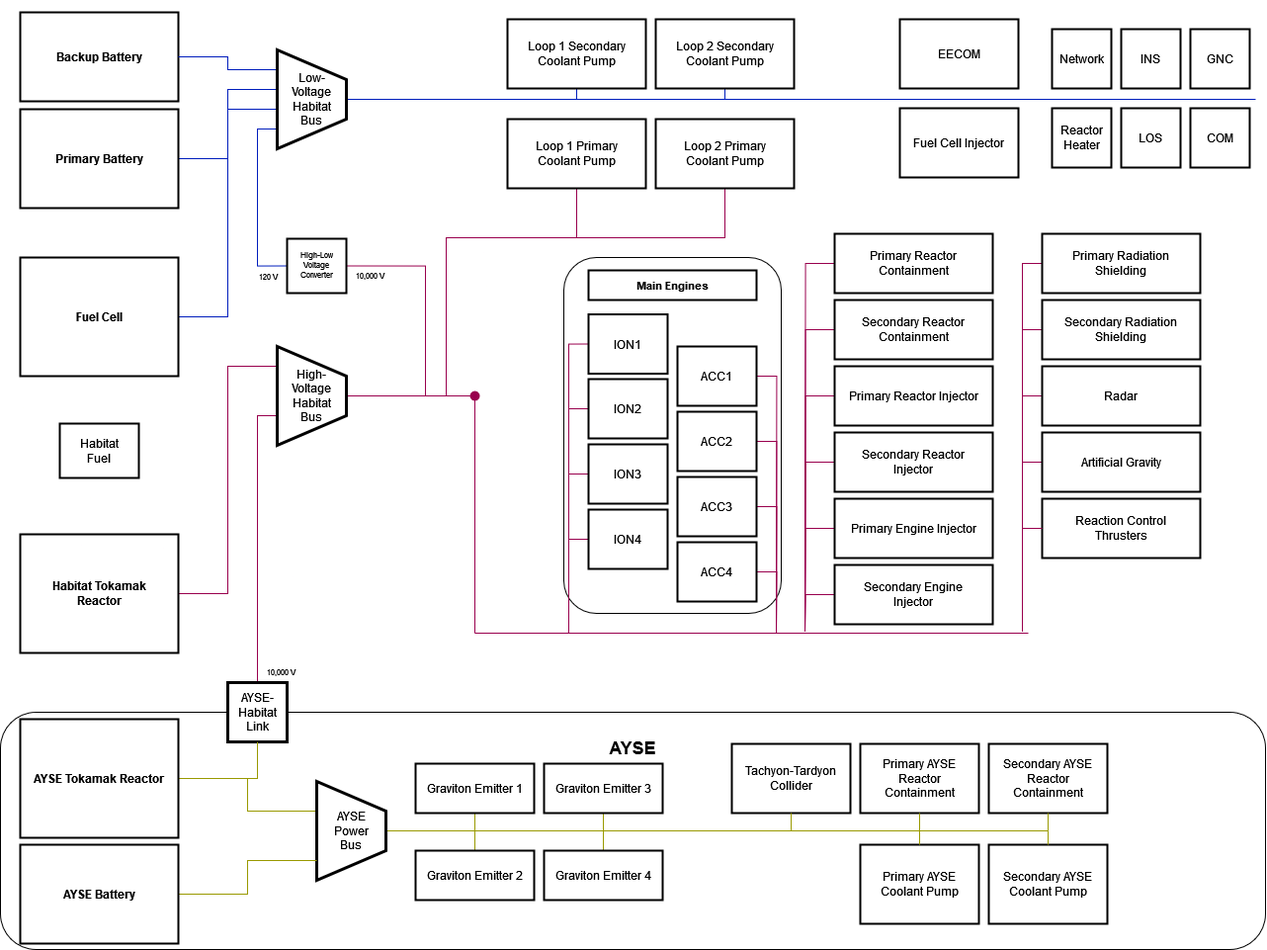
Earlier version of the draw.io export data/engineering/orbitx-powergrid.drawio.png (OCESS/orbitx). Source tidied: cells renumbered, new cells last; positions are measured from the earlier drawing's top-left corner, leaving out a move shared by most shapes.
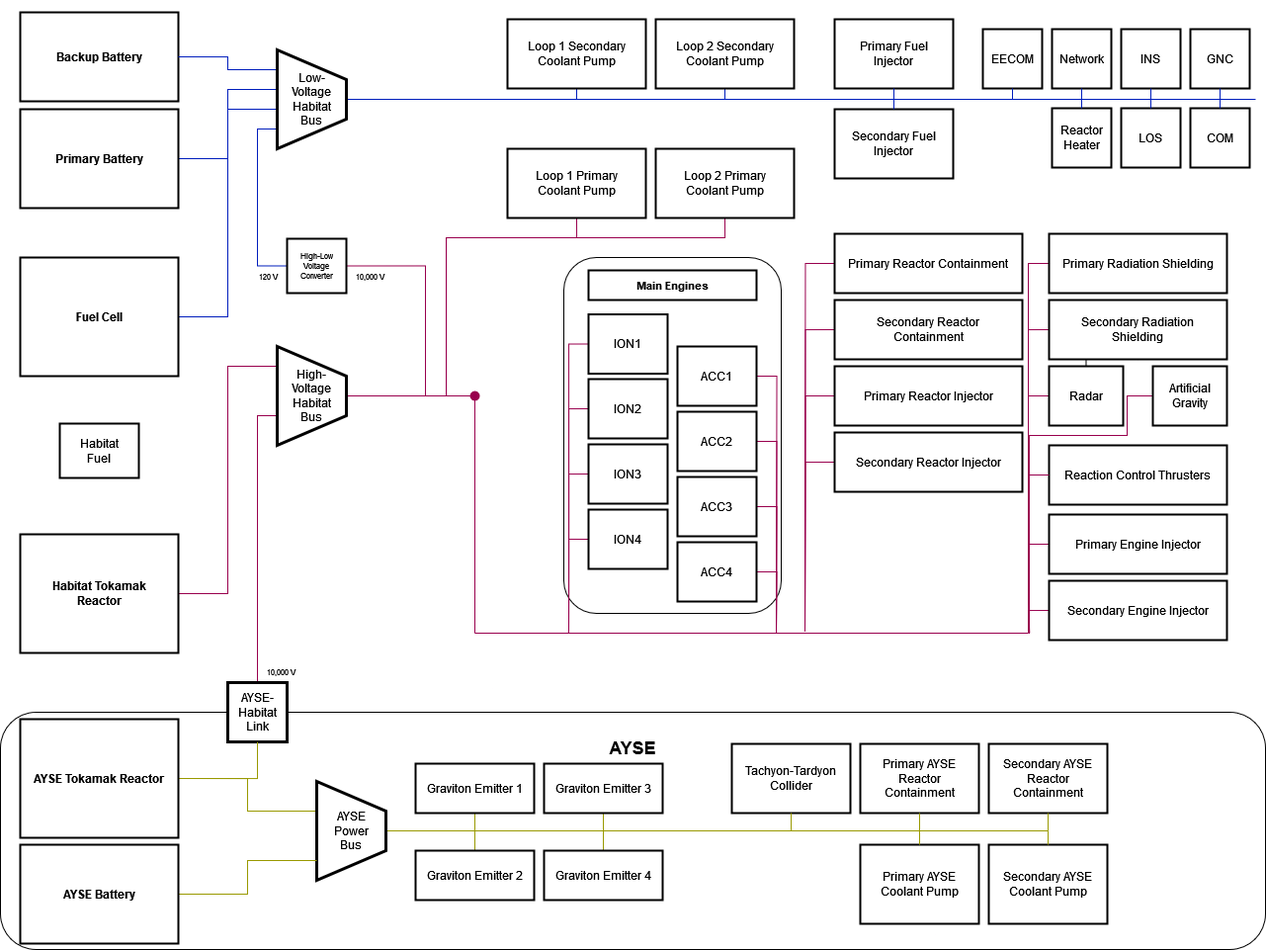
After the change.

Commit message:
Png export, tweaked sizes and re-connected components

Diff of the diagram source:
```diff
@@ -60,7 +60,16 @@
       <mxGeometry relative="1" as="geometry">
-        <mxPoint x="1034" y="628" as="targetPoint" />
+        <mxPoint x="1040" y="640" as="targetPoint" />
+        <Array as="points">
+          <mxPoint x="1040" y="400" />
+          <mxPoint x="1040" y="535" />
+          <mxPoint x="1041" y="535" />
+          <mxPoint x="1041" y="640" />
+        </Array>
       </mxGeometry>
     </mxCell>
+    <mxCell id="106" style="edgeStyle=orthogonalEdgeStyle;rounded=0;jettySize=auto;html=1;" parent="1" edge="1" source="16" target="22">
+      <mxGeometry relative="1" as="geometry" />
+    </mxCell>
     <mxCell id="16" value="Radar" style="rounded=0;whiteSpace=wrap;html=1;shadow=0;dashed=0;strokeColor=default;strokeWidth=2;fontFamily=Helvetica;fontSize=12;fontColor=default;fillColor=default;spacing=6;spacingLeft=4;spacingRight=4;" parent="1" vertex="1">
-      <mxGeometry x="1054" y="370" width="160" height="60" as="geometry" />
+      <mxGeometry x="1061" y="370" width="75" height="60" as="geometry" />
     </mxCell>
@@ -68,3 +77,9 @@
       <mxGeometry relative="1" as="geometry">
-        <mxPoint x="1034" y="638" as="targetPoint" />
+        <mxPoint x="1040" y="640" as="targetPoint" />
+        <Array as="points">
+          <mxPoint x="1140" y="400" />
+          <mxPoint x="1140" y="440" />
+          <mxPoint x="1041" y="440" />
+          <mxPoint x="1041" y="640" />
+        </Array>
       </mxGeometry>
@@ -72,3 +87,3 @@
     <mxCell id="18" value="&lt;div&gt;Artificial Gravity&lt;/div&gt;" style="rounded=0;whiteSpace=wrap;html=1;shadow=0;dashed=0;strokeColor=default;strokeWidth=2;fontFamily=Helvetica;fontSize=12;fontColor=default;fillColor=default;spacing=6;spacingLeft=4;spacingRight=4;" parent="1" vertex="1">
-      <mxGeometry x="1054" y="437" width="160" height="60" as="geometry" />
+      <mxGeometry x="1166" y="370" width="75" height="60" as="geometry" />
     </mxCell>
@@ -84,3 +99,9 @@
       <mxGeometry relative="1" as="geometry">
-        <mxPoint x="1034" y="638" as="targetPoint" />
+        <mxPoint x="1040" y="640" as="targetPoint" />
+        <Array as="points">
+          <mxPoint x="1040" y="333" />
+          <mxPoint x="1040" y="502" />
+          <mxPoint x="1041" y="502" />
+          <mxPoint x="1041" y="640" />
+        </Array>
       </mxGeometry>
@@ -88,3 +109,3 @@
     <mxCell id="22" value="Secondary Radiation Shielding" style="rounded=0;whiteSpace=wrap;html=1;shadow=0;dashed=0;strokeColor=default;strokeWidth=2;fontFamily=Helvetica;fontSize=12;fontColor=default;fillColor=default;spacing=6;spacingLeft=4;spacingRight=4;" parent="1" vertex="1">
-      <mxGeometry x="1054" y="303" width="160" height="60" as="geometry" />
+      <mxGeometry x="1061" y="303" width="180" height="60" as="geometry" />
     </mxCell>
@@ -92,3 +113,9 @@
       <mxGeometry relative="1" as="geometry">
-        <mxPoint x="1034" y="638" as="targetPoint" />
+        <mxPoint x="1040" y="640" as="targetPoint" />
+        <Array as="points">
+          <mxPoint x="1040" y="266" />
+          <mxPoint x="1040" y="468" />
+          <mxPoint x="1041" y="468" />
+          <mxPoint x="1041" y="640" />
+        </Array>
       </mxGeometry>
@@ -96,3 +123,3 @@
     <mxCell id="24" value="Primary Radiation Shielding" style="rounded=0;whiteSpace=wrap;html=1;shadow=0;dashed=0;strokeColor=default;strokeWidth=2;fontFamily=Helvetica;fontSize=12;fontColor=default;fillColor=default;spacing=6;spacingLeft=4;spacingRight=4;" parent="1" vertex="1">
-      <mxGeometry x="1054" y="236" width="160" height="60" as="geometry" />
+      <mxGeometry x="1061" y="236" width="180" height="60" as="geometry" />
     </mxCell>
@@ -104,3 +131,3 @@
     <mxCell id="26" value="&lt;div&gt;Primary Reactor Containment&lt;/div&gt;" style="rounded=0;html=1;shadow=0;dashed=0;strokeColor=default;strokeWidth=2;fontFamily=Helvetica;fontSize=12;fontColor=default;fillColor=default;whiteSpace=wrap;spacing=6;spacingLeft=4;spacingRight=4;" parent="1" vertex="1">
-      <mxGeometry x="844" y="236" width="160" height="60" as="geometry" />
+      <mxGeometry x="844" y="236" width="190" height="60" as="geometry" />
     </mxCell>
@@ -112,3 +139,3 @@
     <mxCell id="28" value="Secondary Reactor Containment" style="rounded=0;whiteSpace=wrap;html=1;shadow=0;dashed=0;strokeColor=default;strokeWidth=2;fontFamily=Helvetica;fontSize=12;fontColor=default;fillColor=default;spacing=6;spacingLeft=4;spacingRight=4;" parent="1" vertex="1">
-      <mxGeometry x="844" y="303" width="160" height="60" as="geometry" />
+      <mxGeometry x="844" y="303" width="190" height="60" as="geometry" />
     </mxCell>
@@ -120,3 +147,3 @@
     <mxCell id="30" value="Primary Reactor Injector" style="rounded=0;whiteSpace=wrap;html=1;shadow=0;dashed=0;strokeColor=default;strokeWidth=2;fontFamily=Helvetica;fontSize=12;fontColor=default;fillColor=default;spacing=6;spacingLeft=4;spacingRight=4;" parent="1" vertex="1">
-      <mxGeometry x="844" y="370" width="160" height="60" as="geometry" />
+      <mxGeometry x="844" y="370" width="190" height="60" as="geometry" />
     </mxCell>
@@ -128,3 +155,3 @@
     <mxCell id="32" value="Secondary Reactor Injector" style="rounded=0;whiteSpace=wrap;html=1;shadow=0;dashed=0;strokeColor=default;strokeWidth=2;fontFamily=Helvetica;fontSize=12;fontColor=default;fillColor=default;spacing=6;spacingLeft=4;spacingRight=4;" parent="1" vertex="1">
-      <mxGeometry x="844" y="437" width="160" height="60" as="geometry" />
+      <mxGeometry x="844" y="437" width="190" height="60" as="geometry" />
     </mxCell>
@@ -194,4 +221,4 @@
     </mxCell>
-    <mxCell id="49" value="Fuel Cell Injector" style="rounded=0;whiteSpace=wrap;html=1;shadow=0;dashed=0;strokeColor=default;strokeWidth=2;fontFamily=Helvetica;fontSize=12;fontColor=default;fillColor=default;spacing=6;spacingLeft=4;spacingRight=4;" parent="1" vertex="1">
-      <mxGeometry x="910" y="109" width="120" height="70" as="geometry" />
+    <mxCell id="49" value="Primary Fuel Injector" style="rounded=0;whiteSpace=wrap;html=1;shadow=0;dashed=0;strokeColor=default;strokeWidth=2;fontFamily=Helvetica;fontSize=12;fontColor=default;fillColor=default;spacing=6;spacingLeft=4;spacingRight=4;" parent="1" vertex="1">
+      <mxGeometry x="844" y="19" width="120" height="70" as="geometry" />
     </mxCell>
@@ -205,3 +232,9 @@
       <mxGeometry relative="1" as="geometry">
-        <mxPoint x="814" y="638" as="targetPoint" />
+        <mxPoint x="1040" y="640" as="targetPoint" />
+        <Array as="points">
+          <mxPoint x="1040" y="550" />
+          <mxPoint x="1040" y="610" />
+          <mxPoint x="1041" y="610" />
+          <mxPoint x="1041" y="640" />
+        </Array>
       </mxGeometry>
@@ -209,3 +242,3 @@
     <mxCell id="52" value="Primary Engine Injector" style="rounded=0;whiteSpace=wrap;html=1;shadow=0;dashed=0;strokeColor=default;strokeWidth=2;fontFamily=Helvetica;fontSize=12;fontColor=default;fillColor=default;spacing=6;spacingLeft=4;spacingRight=4;" parent="1" vertex="1">
-      <mxGeometry x="844" y="504" width="160" height="60" as="geometry" />
+      <mxGeometry x="1061" y="520" width="180" height="60" as="geometry" />
     </mxCell>
@@ -213,3 +246,3 @@
       <mxGeometry relative="1" as="geometry">
-        <mxPoint x="814" y="638" as="targetPoint" />
+        <mxPoint x="1040" y="640" as="targetPoint" />
       </mxGeometry>
@@ -217,3 +250,3 @@
     <mxCell id="54" value="Secondary Engine Injector" style="rounded=0;whiteSpace=wrap;html=1;shadow=0;dashed=0;strokeColor=default;strokeWidth=2;fontFamily=Helvetica;fontSize=12;fontColor=default;fillColor=default;spacing=6;spacingLeft=4;spacingRight=4;" parent="1" vertex="1">
-      <mxGeometry x="844" y="571" width="160" height="60" as="geometry" />
+      <mxGeometry x="1061" y="587" width="180" height="60" as="geometry" />
     </mxCell>
@@ -246,3 +279,3 @@
     <mxCell id="59" value="Loop 2 Primary Coolant Pump" style="rounded=0;html=1;shadow=0;dashed=0;strokeColor=default;strokeWidth=2;fontFamily=Helvetica;fontSize=12;fontColor=default;fillColor=default;whiteSpace=wrap;spacing=6;spacingLeft=4;spacingRight=4;" parent="1" vertex="1">
-      <mxGeometry x="663" y="120" width="140" height="70" as="geometry" />
+      <mxGeometry x="663" y="150" width="140" height="70" as="geometry" />
     </mxCell>
@@ -280,3 +313,3 @@
     <mxCell id="69" value="EECOM" style="rounded=0;whiteSpace=wrap;html=1;shadow=0;dashed=0;strokeColor=default;strokeWidth=2;fontFamily=Helvetica;fontSize=12;fontColor=default;fillColor=default;spacing=6;spacingLeft=4;spacingRight=4;" parent="1" vertex="1">
-      <mxGeometry x="910" y="19" width="120" height="70" as="geometry" />
+      <mxGeometry x="994" y="29" width="60" height="60" as="geometry" />
     </mxCell>
@@ -350,3 +383,3 @@
     <mxCell id="89" value="Reaction Control Thrusters" style="rounded=0;whiteSpace=wrap;html=1;shadow=0;dashed=0;strokeColor=default;strokeWidth=2;fontFamily=Helvetica;fontSize=12;fontColor=default;fillColor=default;spacing=6;spacingLeft=4;spacingRight=4;" parent="1" vertex="1">
-      <mxGeometry x="1054" y="504" width="160" height="60" as="geometry" />
+      <mxGeometry x="1061" y="450" width="180" height="60" as="geometry" />
     </mxCell>
@@ -354,3 +387,9 @@
       <mxGeometry relative="1" as="geometry">
-        <mxPoint x="1034" y="638" as="targetPoint" />
+        <mxPoint x="1040" y="640" as="targetPoint" />
+        <Array as="points">
+          <mxPoint x="1040" y="480" />
+          <mxPoint x="1040" y="575" />
+          <mxPoint x="1041" y="575" />
+          <mxPoint x="1041" y="640" />
+        </Array>
       </mxGeometry>
@@ -379,3 +418,3 @@
     <mxCell id="98" value="Loop 1 Primary Coolant Pump" style="rounded=0;html=1;shadow=0;dashed=0;strokeColor=default;strokeWidth=2;fontFamily=Helvetica;fontSize=12;fontColor=default;fillColor=default;whiteSpace=wrap;spacing=6;spacingLeft=4;spacingRight=4;" parent="1" vertex="1">
-      <mxGeometry x="513" y="120" width="140" height="70" as="geometry" />
+      <mxGeometry x="513" y="150" width="140" height="70" as="geometry" />
     </mxCell>
@@ -417,2 +456,50 @@
     </mxCell>
+    <mxCell id="107" value="Secondary Fuel Injector" style="rounded=0;whiteSpace=wrap;html=1;shadow=0;dashed=0;strokeColor=default;strokeWidth=2;fontFamily=Helvetica;fontSize=12;fontColor=default;fillColor=default;spacing=6;spacingLeft=4;spacingRight=4;" parent="1" vertex="1">
+      <mxGeometry x="844" y="110" width="120" height="70" as="geometry" />
+    </mxCell>
+    <mxCell id="108" style="edgeStyle=orthogonalEdgeStyle;shape=connector;rounded=0;jettySize=auto;html=1;exitX=0.5;exitY=1;exitDx=0;exitDy=0;labelBackgroundColor=default;strokeColor=#001DBC;fontFamily=Helvetica;fontSize=11;fontColor=default;endArrow=none;endFill=0;spacing=6;spacingLeft=4;spacingRight=4;" parent="1" edge="1" source="49">
+      <mxGeometry relative="1" as="geometry">
+        <mxPoint x="904" y="100" as="targetPoint" />
+      </mxGeometry>
+    </mxCell>
+    <mxCell id="109" style="edgeStyle=orthogonalEdgeStyle;shape=connector;rounded=0;jettySize=auto;html=1;exitX=0.5;exitY=0;exitDx=0;exitDy=0;labelBackgroundColor=default;strokeColor=#001DBC;fontFamily=Helvetica;fontSize=11;fontColor=default;endArrow=none;endFill=0;spacing=6;spacingLeft=4;spacingRight=4;" parent="1" edge="1" source="107">
+      <mxGeometry relative="1" as="geometry">
+        <mxPoint x="904" y="100" as="targetPoint" />
+      </mxGeometry>
+    </mxCell>
+    <mxCell id="110" style="edgeStyle=orthogonalEdgeStyle;shape=connector;rounded=0;jettySize=auto;html=1;exitX=0.5;exitY=1;exitDx=0;exitDy=0;labelBackgroundColor=default;strokeColor=#001DBC;fontFamily=Helvetica;fontSize=11;fontColor=default;endArrow=none;endFill=0;spacing=6;spacingLeft=4;spacingRight=4;" parent="1" edge="1" source="69">
+      <mxGeometry relative="1" as="geometry">
+        <mxPoint x="1024" y="100" as="targetPoint" />
+      </mxGeometry>
+    </mxCell>
+    <mxCell id="111" style="edgeStyle=orthogonalEdgeStyle;shape=connector;rounded=0;jettySize=auto;html=1;exitX=0.5;exitY=1;exitDx=0;exitDy=0;labelBackgroundColor=default;strokeColor=#001DBC;fontFamily=Helvetica;fontSize=11;fontColor=default;endArrow=none;endFill=0;spacing=6;spacingLeft=4;spacingRight=4;" parent="1" edge="1" source="70">
+      <mxGeometry relative="1" as="geometry">
+        <mxPoint x="1094" y="100" as="targetPoint" />
+      </mxGeometry>
+    </mxCell>
+    <mxCell id="112" style="edgeStyle=orthogonalEdgeStyle;shape=connector;rounded=0;jettySize=auto;html=1;exitX=0.5;exitY=0;exitDx=0;exitDy=0;labelBackgroundColor=default;strokeColor=#001DBC;fontFamily=Helvetica;fontSize=11;fontColor=default;endArrow=none;endFill=0;spacing=6;spacingLeft=4;spacingRight=4;" parent="1" edge="1" source="97">
+      <mxGeometry relative="1" as="geometry">
+        <mxPoint x="1094" y="100" as="targetPoint" />
+      </mxGeometry>
+    </mxCell>
+    <mxCell id="113" style="edgeStyle=orthogonalEdgeStyle;shape=connector;rounded=0;jettySize=auto;html=1;exitX=0.5;exitY=1;exitDx=0;exitDy=0;labelBackgroundColor=default;strokeColor=#001DBC;fontFamily=Helvetica;fontSize=11;fontColor=default;endArrow=none;endFill=0;spacing=6;spacingLeft=4;spacingRight=4;" parent="1" edge="1" source="65">
+      <mxGeometry relative="1" as="geometry">
+        <mxPoint x="1164" y="100" as="targetPoint" />
+      </mxGeometry>
+    </mxCell>
+    <mxCell id="114" style="edgeStyle=orthogonalEdgeStyle;shape=connector;rounded=0;jettySize=auto;html=1;exitX=0.5;exitY=0;exitDx=0;exitDy=0;labelBackgroundColor=default;strokeColor=#001DBC;fontFamily=Helvetica;fontSize=11;fontColor=default;endArrow=none;endFill=0;spacing=6;spacingLeft=4;spacingRight=4;" parent="1" edge="1" source="66">
+      <mxGeometry relative="1" as="geometry">
+        <mxPoint x="1164" y="100" as="targetPoint" />
+      </mxGeometry>
+    </mxCell>
+    <mxCell id="115" style="edgeStyle=orthogonalEdgeStyle;shape=connector;rounded=0;jettySize=auto;html=1;exitX=0.5;exitY=0;exitDx=0;exitDy=0;labelBackgroundColor=default;strokeColor=#001DBC;fontFamily=Helvetica;fontSize=11;fontColor=default;endArrow=none;endFill=0;spacing=6;spacingLeft=4;spacingRight=4;" parent="1" edge="1" source="68">
+      <mxGeometry relative="1" as="geometry">
+        <mxPoint x="1234" y="100" as="targetPoint" />
+      </mxGeometry>
+    </mxCell>
+    <mxCell id="116" style="edgeStyle=orthogonalEdgeStyle;shape=connector;rounded=0;jettySize=auto;html=1;exitX=0.5;exitY=1;exitDx=0;exitDy=0;labelBackgroundColor=default;strokeColor=#001DBC;fontFamily=Helvetica;fontSize=11;fontColor=default;endArrow=none;endFill=0;spacing=6;spacingLeft=4;spacingRight=4;" parent="1" edge="1" source="67">
+      <mxGeometry relative="1" as="geometry">
+        <mxPoint x="1234" y="100" as="targetPoint" />
+      </mxGeometry>
+    </mxCell>
   </root>
```
